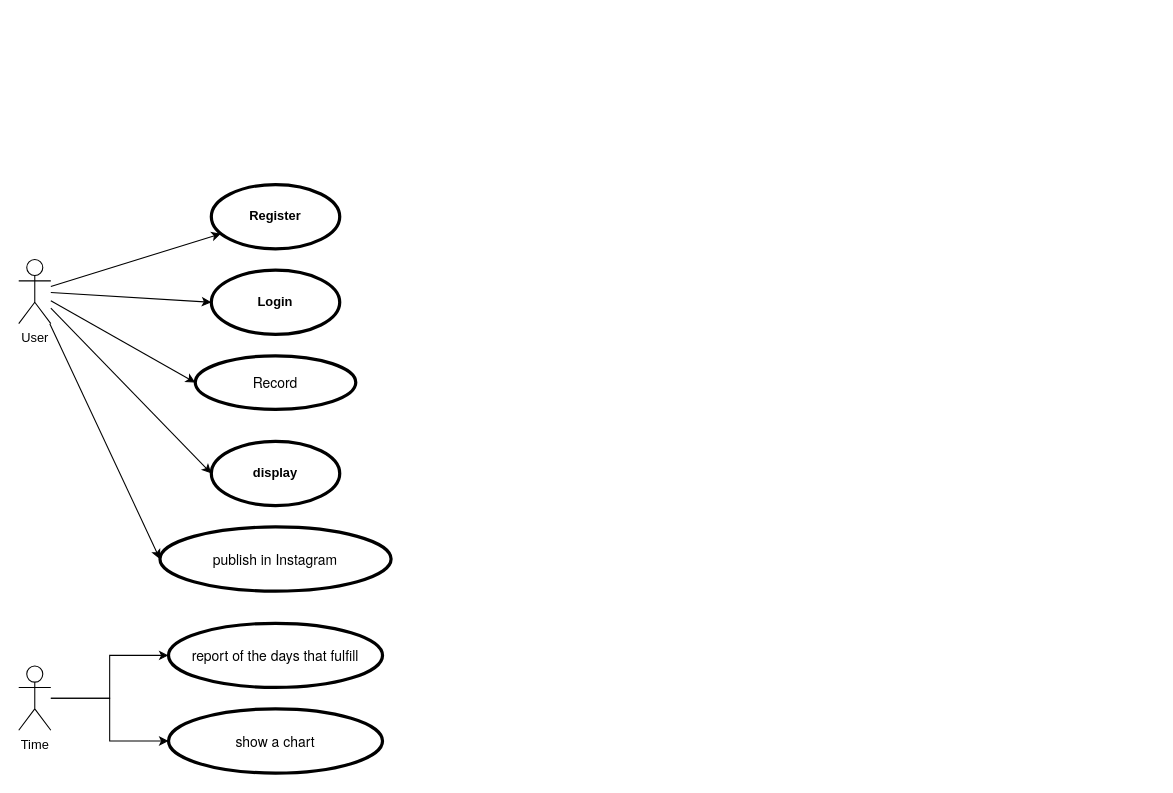
This is 绘图.drawio from Adamlixi/adamblog.github.io, a draw.io file, before an edit. Source tidied: cells renumbered, new cells numbered last; positions are measured from the earlier drawing's top-left corner, leaving out a move shared by most shapes. Both pictures are drawn from the tidied source at 107%, with x=0, y=0 at pixel (18, 184).
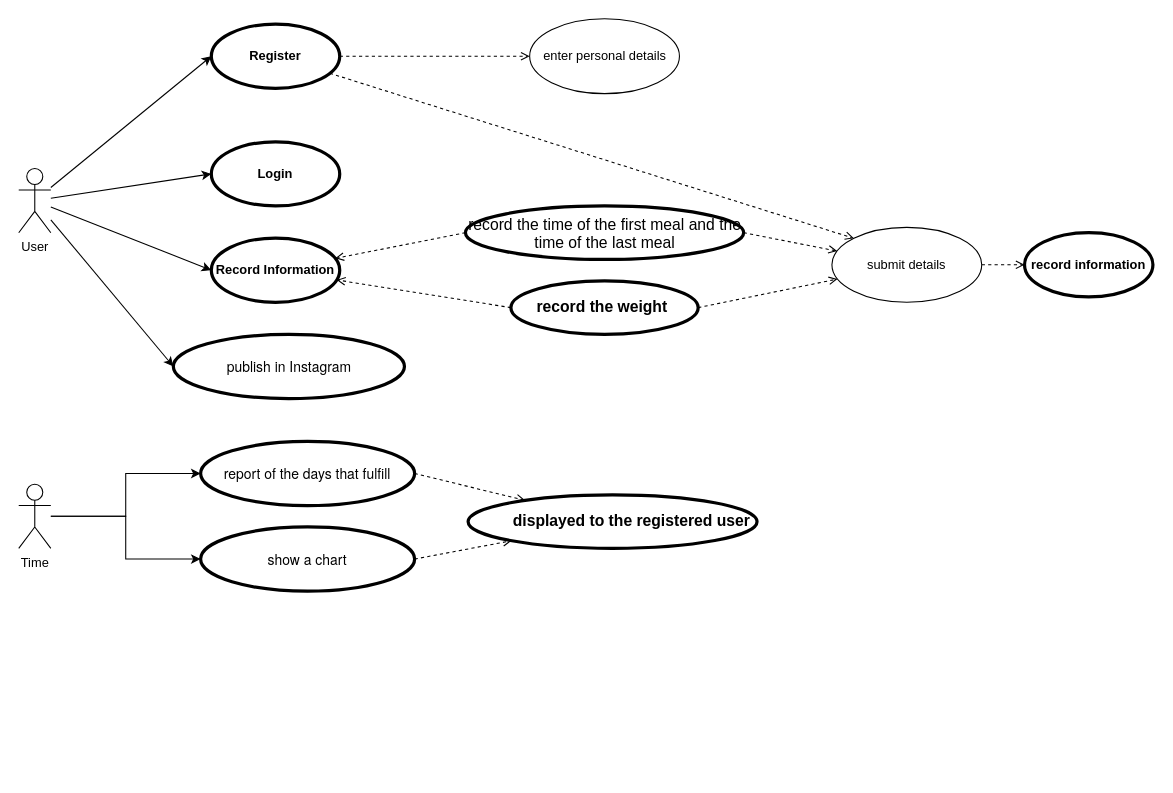
Above is the later version.

Diff of the diagram source:
```diff
@@
-    <mxCell id="2" style="edgeStyle=none;rounded=0;jettySize=auto;html=1;" parent="1" edge="1" source="7" target="11">
+    <mxCell id="2" style="edgeStyle=none;rounded=0;jettySize=auto;html=1;entryX=0;entryY=0.5;entryDx=0;entryDy=0;" parent="1" edge="1" source="7" target="11">
       <mxGeometry relative="1" as="geometry" />
     </mxCell>
-    <mxCell id="3" style="edgeStyle=none;rounded=0;jettySize=auto;html=1;entryX=0;entryY=0.5;entryDx=0;entryDy=0;" parent="1" edge="1" source="7" target="12">
-      <mxGeometry relative="1" as="geometry" />
-    </mxCell>
-    <mxCell id="4" style="edgeStyle=none;rounded=0;jettySize=auto;html=1;entryX=0;entryY=0.5;entryDx=0;entryDy=0;" parent="1" edge="1" source="7" target="13">
-      <mxGeometry relative="1" as="geometry" />
-    </mxCell>
-    <mxCell id="5" style="edgeStyle=none;rounded=0;jettySize=auto;html=1;entryX=0;entryY=0.5;entryDx=0;entryDy=0;" parent="1" edge="1" source="7" target="17">
-      <mxGeometry relative="1" as="geometry" />
-    </mxCell>
@@
+    <mxCell id="18" style="edgeStyle=none;rounded=0;jettySize=auto;html=1;entryX=0;entryY=0.5;entryDx=0;entryDy=0;" parent="1" edge="1" source="7" target="32">
+      <mxGeometry relative="1" as="geometry" />
+    </mxCell>
+    <mxCell id="19" style="edgeStyle=none;rounded=0;jettySize=auto;html=1;entryX=0;entryY=0.5;entryDx=0;entryDy=0;" parent="1" edge="1" source="7" target="33">
+      <mxGeometry relative="1" as="geometry" />
+    </mxCell>
     <mxCell id="7" value="User" style="shape=umlActor;verticalLabelPosition=bottom;verticalAlign=top;html=1;outlineConnect=0;" parent="1" vertex="1">
-      <mxGeometry y="70" width="30" height="60" as="geometry" />
+      <mxGeometry y="-15" width="30" height="60" as="geometry" />
     </mxCell>
@@
     <mxCell id="10" value="Time" style="shape=umlActor;verticalLabelPosition=bottom;verticalAlign=top;html=1;outlineConnect=0;" parent="1" vertex="1">
-      <mxGeometry y="450" width="30" height="60" as="geometry" />
+      <mxGeometry y="280" width="30" height="60" as="geometry" />
     </mxCell>
+    <mxCell id="20" style="html=1;verticalAlign=bottom;labelBackgroundColor=none;endArrow=open;endFill=0;dashed=1;fontFamily=Helvetica;fontSize=11;fontColor=default;align=center;strokeColor=default;edgeStyle=none;entryX=0;entryY=0.5;entryDx=0;entryDy=0;" parent="1" edge="1" source="11" target="26">
+      <mxGeometry relative="1" as="geometry" />
+    </mxCell>
+    <mxCell id="21" style="html=1;verticalAlign=bottom;labelBackgroundColor=none;endArrow=open;endFill=0;dashed=1;fontFamily=Helvetica;fontSize=11;fontColor=default;align=center;strokeColor=default;edgeStyle=none;entryX=0;entryY=0;entryDx=0;entryDy=0;" parent="1" edge="1" source="11" target="28">
+      <mxGeometry relative="1" as="geometry" />
+    </mxCell>
     <mxCell id="11" value="Register" style="shape=ellipse;html=1;strokeWidth=3;fontStyle=1;whiteSpace=wrap;align=center;perimeter=ellipsePerimeter;" parent="1" vertex="1">
-      <mxGeometry x="180" width="120" height="60" as="geometry" />
+      <mxGeometry x="180" y="-150" width="120" height="60" as="geometry" />
     </mxCell>
+    <mxCell id="22" style="html=1;verticalAlign=bottom;labelBackgroundColor=none;endArrow=open;endFill=0;dashed=1;fontFamily=Helvetica;fontSize=11;fontColor=default;align=center;strokeColor=default;edgeStyle=none;exitX=0;exitY=0.5;exitDx=0;exitDy=0;" parent="1" edge="1" source="12" target="33">
+      <mxGeometry relative="1" as="geometry" />
+    </mxCell>
+    <mxCell id="23" style="html=1;verticalAlign=bottom;labelBackgroundColor=none;endArrow=open;endFill=0;dashed=1;fontFamily=Helvetica;fontSize=11;fontColor=default;align=center;strokeColor=default;edgeStyle=none;exitX=1;exitY=0.5;exitDx=0;exitDy=0;" parent="1" edge="1" source="12" target="28">
+      <mxGeometry relative="1" as="geometry" />
+    </mxCell>
-    <mxCell id="12" value="Login" style="shape=ellipse;html=1;strokeWidth=3;fontStyle=1;whiteSpace=wrap;align=center;perimeter=ellipsePerimeter;" parent="1" vertex="1">
-      <mxGeometry x="180" y="80" width="120" height="60" as="geometry" />
+    <mxCell id="12" value="&lt;span style=&quot;font-weight: 400; background-color: initial; font-family: TimesNewRomanPSMT; font-size: 11pt;&quot;&gt;&lt;br&gt;record the time of the first meal and the time of the&amp;nbsp;&lt;/span&gt;&lt;span style=&quot;font-weight: 400; background-color: initial; font-family: TimesNewRomanPSMT; font-size: 11pt;&quot;&gt;last meal&lt;/span&gt;&lt;br&gt;&lt;div style=&quot;font-weight: 400;&quot; title=&quot;Page 1&quot; class=&quot;page&quot;&gt;&lt;div class=&quot;layoutArea&quot;&gt;&lt;br&gt;&lt;/div&gt;&lt;/div&gt;" style="shape=ellipse;html=1;strokeWidth=3;fontStyle=1;whiteSpace=wrap;align=center;perimeter=ellipsePerimeter;" parent="1" vertex="1">
+      <mxGeometry x="417.5" y="20" width="260" height="50" as="geometry" />
     </mxCell>
-    <mxCell id="13" value="&lt;p style=&quot;margin: 0px; font-variant-numeric: normal; font-variant-east-asian: normal; font-weight: 400; font-stretch: normal; font-size: 13px; line-height: normal; font-family: &amp;quot;Helvetica Neue&amp;quot;; text-align: start;&quot; class=&quot;p1&quot;&gt;Record&lt;/p&gt;" style="shape=ellipse;html=1;strokeWidth=3;fontStyle=1;whiteSpace=wrap;align=center;perimeter=ellipsePerimeter;" parent="1" vertex="1">
-      <mxGeometry x="165" y="160" width="150" height="50" as="geometry" />
-    </mxCell>
+    <mxCell id="24" style="html=1;verticalAlign=bottom;labelBackgroundColor=none;endArrow=open;endFill=0;dashed=1;fontFamily=Helvetica;fontSize=11;fontColor=default;align=center;strokeColor=default;edgeStyle=none;exitX=1;exitY=0.5;exitDx=0;exitDy=0;" parent="1" edge="1" source="14" target="34">
+      <mxGeometry relative="1" as="geometry" />
+    </mxCell>
     <mxCell id="14" value="&lt;p style=&quot;margin: 0px; font-variant-numeric: normal; font-variant-east-asian: normal; font-weight: 400; font-stretch: normal; font-size: 13px; line-height: normal; font-family: &amp;quot;Helvetica Neue&amp;quot;; text-align: start;&quot; class=&quot;p1&quot;&gt;report of the days that fulfill&lt;/p&gt;" style="shape=ellipse;html=1;strokeWidth=3;fontStyle=1;whiteSpace=wrap;align=center;perimeter=ellipsePerimeter;" parent="1" vertex="1">
-      <mxGeometry x="140" y="410" width="200" height="60" as="geometry" />
+      <mxGeometry x="170" y="240" width="200" height="60" as="geometry" />
     </mxCell>
     <mxCell id="15" value="&lt;p style=&quot;margin: 0px; font-variant-numeric: normal; font-variant-east-asian: normal; font-weight: 400; font-stretch: normal; font-size: 13px; line-height: normal; font-family: &amp;quot;Helvetica Neue&amp;quot;; text-align: start;&quot; class=&quot;p1&quot;&gt;publish in Instagram&lt;/p&gt;" style="shape=ellipse;html=1;strokeWidth=3;fontStyle=1;whiteSpace=wrap;align=center;perimeter=ellipsePerimeter;" parent="1" vertex="1">
-      <mxGeometry x="132" y="320" width="216" height="60" as="geometry" />
+      <mxGeometry x="144.5" y="140" width="216" height="60" as="geometry" />
     </mxCell>
+    <mxCell id="25" style="html=1;verticalAlign=bottom;labelBackgroundColor=none;endArrow=open;endFill=0;dashed=1;fontFamily=Helvetica;fontSize=11;fontColor=default;align=center;strokeColor=default;edgeStyle=none;exitX=1;exitY=0.5;exitDx=0;exitDy=0;" parent="1" edge="1" source="16" target="34">
+      <mxGeometry relative="1" as="geometry" />
+    </mxCell>
     <mxCell id="16" value="&lt;p style=&quot;margin: 0px; font-variant-numeric: normal; font-variant-east-asian: normal; font-weight: 400; font-stretch: normal; font-size: 13px; line-height: normal; font-family: &amp;quot;Helvetica Neue&amp;quot;; text-align: start;&quot; class=&quot;p1&quot;&gt;show a chart&lt;/p&gt;" style="shape=ellipse;html=1;strokeWidth=3;fontStyle=1;whiteSpace=wrap;align=center;perimeter=ellipsePerimeter;" parent="1" vertex="1">
-      <mxGeometry x="140" y="490" width="200" height="60" as="geometry" />
+      <mxGeometry x="170" y="320" width="200" height="60" as="geometry" />
     </mxCell>
-    <mxCell id="17" value="display" style="shape=ellipse;html=1;strokeWidth=3;fontStyle=1;whiteSpace=wrap;align=center;perimeter=ellipsePerimeter;" parent="1" vertex="1">
-      <mxGeometry x="180" y="240" width="120" height="60" as="geometry" />
-    </mxCell>
+    <mxCell id="26" value="enter personal details" style="ellipse;whiteSpace=wrap;html=1;" parent="1" vertex="1">
+      <mxGeometry x="477.5" y="-155" width="140" height="70" as="geometry" />
+    </mxCell>
+    <mxCell id="27" style="html=1;verticalAlign=bottom;labelBackgroundColor=none;endArrow=open;endFill=0;dashed=1;fontFamily=Helvetica;fontSize=11;fontColor=default;align=center;strokeColor=default;edgeStyle=none;entryX=0;entryY=0.5;entryDx=0;entryDy=0;" parent="1" edge="1" source="28" target="35">
+      <mxGeometry relative="1" as="geometry" />
+    </mxCell>
+    <mxCell id="28" value="submit details" style="ellipse;whiteSpace=wrap;html=1;" parent="1" vertex="1">
+      <mxGeometry x="760" y="40" width="140" height="70" as="geometry" />
+    </mxCell>
+    <mxCell id="29" style="html=1;verticalAlign=bottom;labelBackgroundColor=none;endArrow=open;endFill=0;dashed=1;fontFamily=Helvetica;fontSize=11;fontColor=default;align=center;strokeColor=default;edgeStyle=none;exitX=0;exitY=0.5;exitDx=0;exitDy=0;" parent="1" edge="1" source="31" target="33">
+      <mxGeometry relative="1" as="geometry" />
+    </mxCell>
+    <mxCell id="30" style="html=1;verticalAlign=bottom;labelBackgroundColor=none;endArrow=open;endFill=0;dashed=1;fontFamily=Helvetica;fontSize=11;fontColor=default;align=center;strokeColor=default;edgeStyle=none;exitX=1;exitY=0.5;exitDx=0;exitDy=0;" parent="1" edge="1" source="31" target="28">
+      <mxGeometry relative="1" as="geometry" />
+    </mxCell>
+    <mxCell id="31" value="&lt;br&gt;  &lt;br&gt; &lt;br&gt;&lt;span style=&quot;font-family: TimesNewRomanPSMT; font-size: 11pt; background-color: initial;&quot;&gt;&lt;br&gt;&lt;br&gt;&lt;br&gt;record the weight&amp;nbsp;&lt;/span&gt;&lt;br&gt;&lt;div title=&quot;Page 1&quot; class=&quot;page&quot;&gt;&lt;div class=&quot;layoutArea&quot;&gt;&lt;div class=&quot;column&quot;&gt;&lt;ol style=&quot;list-style-type: none&quot;&gt;&lt;li&gt;&lt;br&gt;      &lt;/li&gt;&lt;br&gt;     &lt;/ol&gt;&lt;br&gt;    &lt;/div&gt;&lt;br&gt;   &lt;/div&gt;&lt;br&gt;  &lt;/div&gt;" style="shape=ellipse;html=1;strokeWidth=3;fontStyle=1;whiteSpace=wrap;align=center;perimeter=ellipsePerimeter;" parent="1" vertex="1">
+      <mxGeometry x="460" y="90" width="175" height="50" as="geometry" />
+    </mxCell>
+    <mxCell id="32" value="Login" style="shape=ellipse;html=1;strokeWidth=3;fontStyle=1;whiteSpace=wrap;align=center;perimeter=ellipsePerimeter;" parent="1" vertex="1">
+      <mxGeometry x="180" y="-40" width="120" height="60" as="geometry" />
+    </mxCell>
+    <mxCell id="33" value="Record Information" style="shape=ellipse;html=1;strokeWidth=3;fontStyle=1;whiteSpace=wrap;align=center;perimeter=ellipsePerimeter;" parent="1" vertex="1">
+      <mxGeometry x="180" y="50" width="120" height="60" as="geometry" />
+    </mxCell>
+    <mxCell id="34" value="&lt;br&gt; &lt;br&gt; &lt;br&gt;  &lt;div title=&quot;Page 1&quot; class=&quot;page&quot;&gt;&lt;div class=&quot;layoutArea&quot;&gt;&lt;div class=&quot;column&quot;&gt;&lt;ol style=&quot;list-style-type: none&quot;&gt;&lt;br&gt;      &lt;li&gt;&lt;br&gt;       &lt;p&gt;&lt;span style=&quot;font-size: 11.000000pt; font-family: 'TimesNewRomanPSMT'&quot;&gt;displayed to the registered user&amp;nbsp;&lt;/span&gt;&lt;/p&gt;&lt;br&gt;      &lt;/li&gt;&lt;br&gt;     &lt;/ol&gt;&lt;br&gt;    &lt;/div&gt;&lt;br&gt;   &lt;/div&gt;&lt;br&gt;  &lt;/div&gt;" style="shape=ellipse;html=1;strokeWidth=3;fontStyle=1;whiteSpace=wrap;align=center;perimeter=ellipsePerimeter;" parent="1" vertex="1">
+      <mxGeometry x="420" y="290" width="270" height="50" as="geometry" />
+    </mxCell>
+    <mxCell id="35" value="record information" style="shape=ellipse;html=1;strokeWidth=3;fontStyle=1;whiteSpace=wrap;align=center;perimeter=ellipsePerimeter;" parent="1" vertex="1">
+      <mxGeometry x="940" y="45" width="120" height="60" as="geometry" />
+    </mxCell>
```
